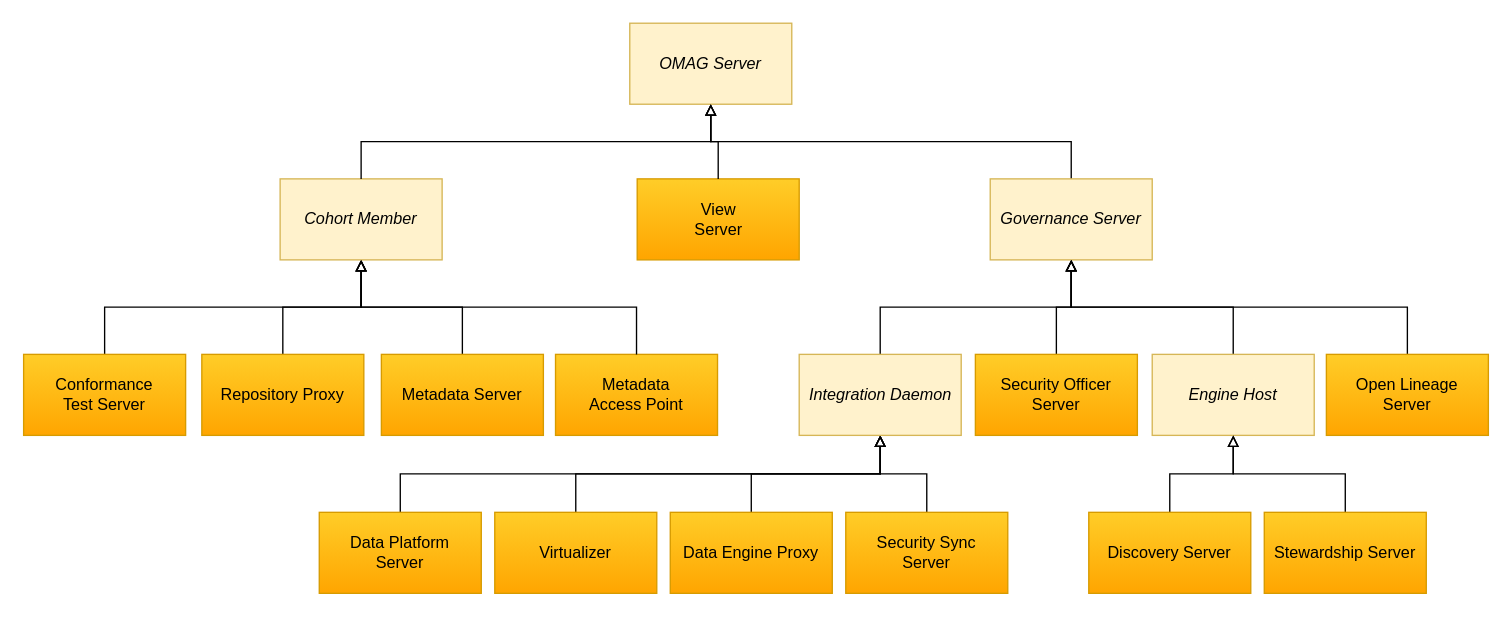
planetf1/egeria keeps this draw.io diagram as page "types-of-omag-servers" (1 of 23) of open-metadata-implementation/admin-services/docs/egeria-operations.drawio. Above is the earlier version. Source tidied: cells renumbered, new cells numbered last; positions are measured from the earlier drawing's top-left corner, leaving out a move shared by most shapes. Both pictures are drawn from the tidied source at 135%, with x=0, y=0 at pixel (23, 23).
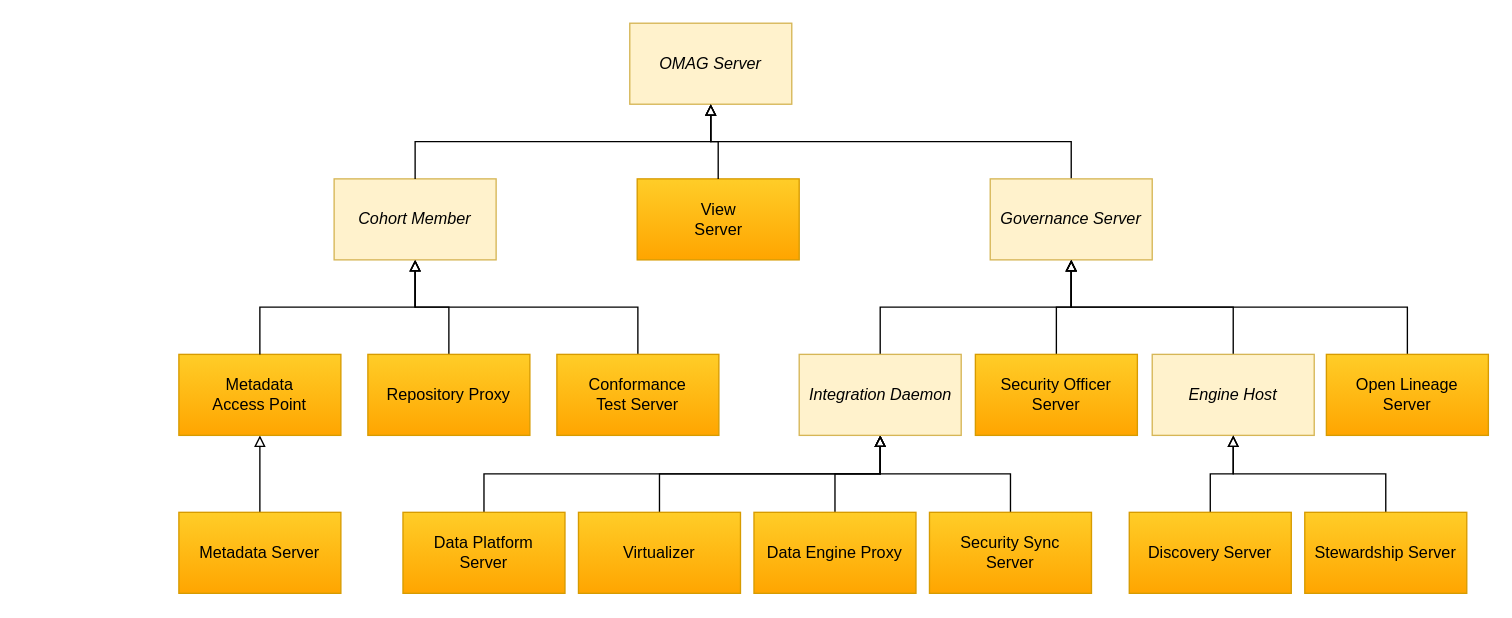
Above is the later version.

Change to the diagram source:
```diff
@@
     <mxCell id="5" value="Virtualizer" style="rounded=0;whiteSpace=wrap;html=1;fillColor=#ffcd28;strokeColor=#d79b00;gradientColor=#ffa500;" parent="1" vertex="1">
-      <mxGeometry x="349" y="362" width="120" height="60" as="geometry" />
+      <mxGeometry x="411" y="362" width="120" height="60" as="geometry" />
     </mxCell>
@@
     <mxCell id="7" value="Security Sync&lt;br&gt;Server&lt;br&gt;" style="rounded=0;whiteSpace=wrap;html=1;fillColor=#ffcd28;strokeColor=#d79b00;gradientColor=#ffa500;" parent="1" vertex="1">
-      <mxGeometry x="609" y="362" width="120" height="60" as="geometry" />
+      <mxGeometry x="671" y="362" width="120" height="60" as="geometry" />
     </mxCell>
@@
     <mxCell id="9" value="Discovery Server&lt;br&gt;" style="rounded=0;whiteSpace=wrap;html=1;fillColor=#ffcd28;strokeColor=#d79b00;gradientColor=#ffa500;" parent="1" vertex="1">
-      <mxGeometry x="789" y="362" width="120" height="60" as="geometry" />
+      <mxGeometry x="819" y="362" width="120" height="60" as="geometry" />
     </mxCell>
@@
     <mxCell id="11" value="Stewardship Server&lt;br&gt;" style="rounded=0;whiteSpace=wrap;html=1;fillColor=#ffcd28;strokeColor=#d79b00;gradientColor=#ffa500;" parent="1" vertex="1">
-      <mxGeometry x="919" y="362" width="120" height="60" as="geometry" />
+      <mxGeometry x="949" y="362" width="120" height="60" as="geometry" />
     </mxCell>
@@
     <mxCell id="13" value="Conformance&lt;br&gt;Test Server" style="rounded=0;whiteSpace=wrap;html=1;fillColor=#ffcd28;strokeColor=#d79b00;gradientColor=#ffa500;" parent="1" vertex="1">
-      <mxGeometry y="245" width="120" height="60" as="geometry" />
+      <mxGeometry x="395" y="245" width="120" height="60" as="geometry" />
     </mxCell>
@@
     <mxCell id="15" value="Repository Proxy" style="rounded=0;whiteSpace=wrap;html=1;fillColor=#ffcd28;strokeColor=#d79b00;gradientColor=#ffa500;" parent="1" vertex="1">
-      <mxGeometry x="132" y="245" width="120" height="60" as="geometry" />
+      <mxGeometry x="255" y="245" width="120" height="60" as="geometry" />
     </mxCell>
@@
-    <mxCell id="18" style="edgeStyle=orthogonalEdgeStyle;rounded=0;jettySize=auto;html=1;exitX=0.5;exitY=0;exitDx=0;exitDy=0;entryX=0.5;entryY=1;entryDx=0;entryDy=0;endArrow=block;endFill=0;" parent="1" edge="1" source="19" target="28">
+    <mxCell id="18" style="edgeStyle=orthogonalEdgeStyle;rounded=0;jettySize=auto;html=1;exitX=0.5;exitY=0;exitDx=0;exitDy=0;entryX=0.5;entryY=1;entryDx=0;entryDy=0;endArrow=block;endFill=0;" parent="1" edge="1" source="19" target="32">
       <mxGeometry relative="1" as="geometry" />
     </mxCell>
     <mxCell id="19" value="Metadata Server" style="rounded=0;whiteSpace=wrap;html=1;fillColor=#ffcd28;strokeColor=#d79b00;gradientColor=#ffa500;" parent="1" vertex="1">
-      <mxGeometry x="265" y="245" width="120" height="60" as="geometry" />
+      <mxGeometry x="115" y="362" width="120" height="60" as="geometry" />
     </mxCell>
@@
     <mxCell id="23" value="Data Engine Proxy" style="rounded=0;whiteSpace=wrap;html=1;fillColor=#ffcd28;strokeColor=#d79b00;gradientColor=#ffa500;" parent="1" vertex="1">
-      <mxGeometry x="479" y="362" width="120" height="60" as="geometry" />
+      <mxGeometry x="541" y="362" width="120" height="60" as="geometry" />
     </mxCell>
@@
     <mxCell id="25" value="Data Platform&lt;br&gt;Server" style="rounded=0;whiteSpace=wrap;html=1;fillColor=#ffcd28;strokeColor=#d79b00;gradientColor=#ffa500;" parent="1" vertex="1">
-      <mxGeometry x="219" y="362" width="120" height="60" as="geometry" />
+      <mxGeometry x="281" y="362" width="120" height="60" as="geometry" />
     </mxCell>
@@
     <mxCell id="28" value="Cohort Member" style="rounded=0;whiteSpace=wrap;html=1;fillColor=#fff2cc;strokeColor=#d6b656;fontStyle=2;" parent="1" vertex="1">
-      <mxGeometry x="190" y="115" width="120" height="60" as="geometry" />
+      <mxGeometry x="230" y="115" width="120" height="60" as="geometry" />
     </mxCell>
@@
     <mxCell id="32" value="Metadata&lt;br&gt;Access Point" style="rounded=0;whiteSpace=wrap;html=1;fillColor=#ffcd28;strokeColor=#d79b00;gradientColor=#ffa500;" parent="1" vertex="1">
-      <mxGeometry x="394" y="245" width="120" height="60" as="geometry" />
+      <mxGeometry x="115" y="245" width="120" height="60" as="geometry" />
     </mxCell>
```
